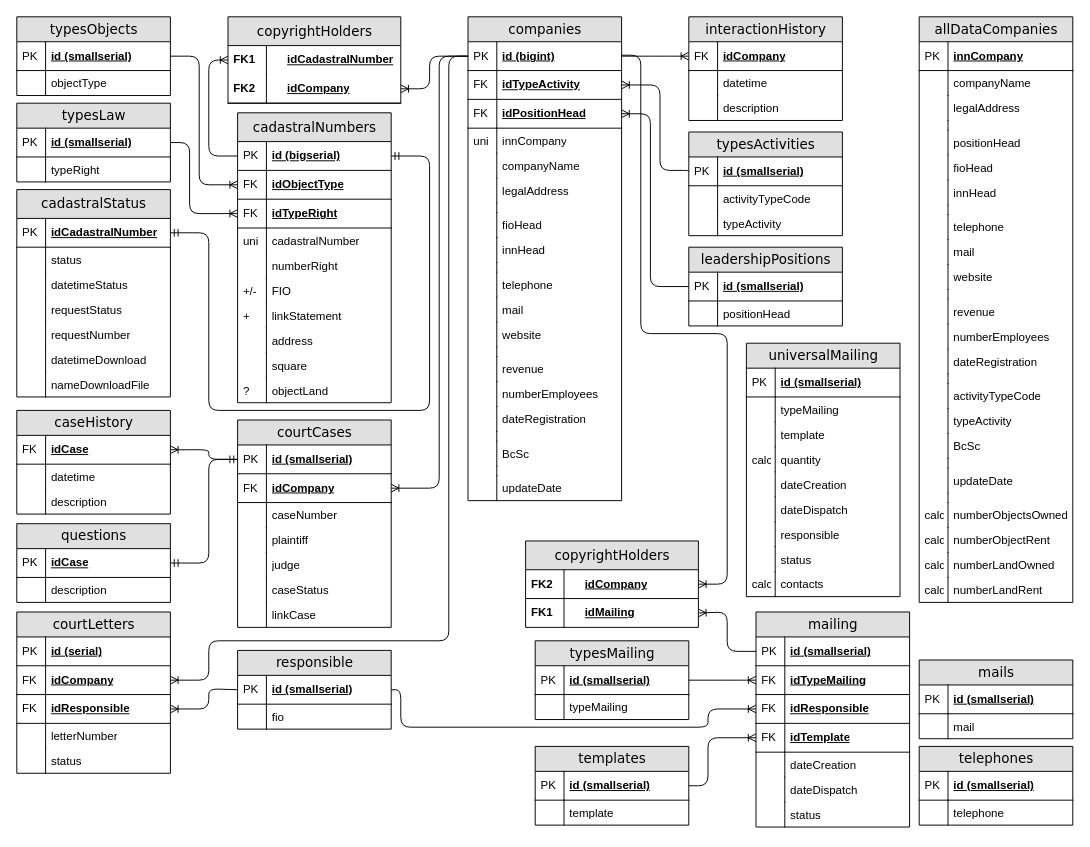
Earlier version of the draw.io diagram Диаграмма без названия.drawio (meadowse/factorial). Source tidied: cells renumbered, new cells numbered last; positions are measured from the earlier drawing's top-left corner, leaving out a move shared by most shapes. Both pictures are drawn from the tidied source at 96%, with x=0, y=0 at pixel (16, 16).
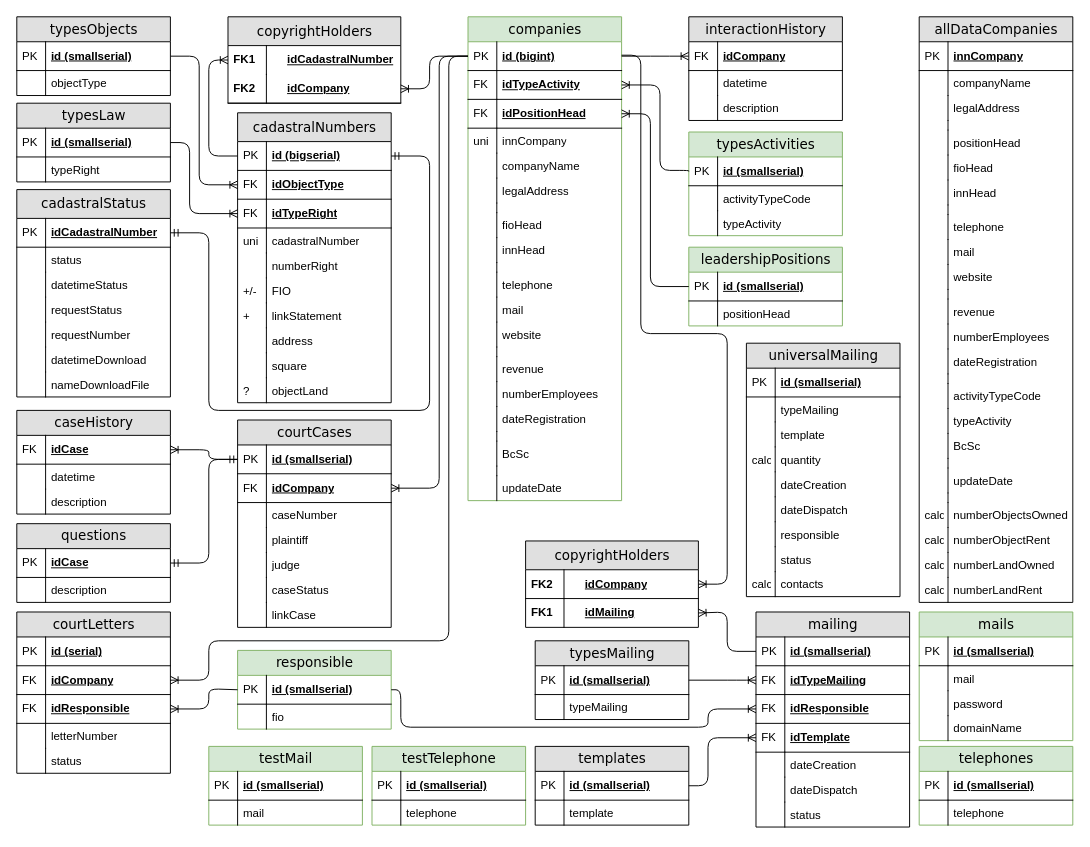
The same page after the edit.

Change to the diagram source:
```diff
@@
-    <mxCell id="7" value="сompanies" style="swimlane;html=1;fontStyle=0;horizontal=1;startSize=26;fillColor=#e0e0e0;swimlaneFillColor=#ffffff;align=center;rounded=0;shadow=0;comic=0;labelBackgroundColor=none;strokeWidth=1;fontFamily=Verdana;fontSize=14;swimlaneLine=1;" parent="1" vertex="1">
+    <mxCell id="7" value="сompanies" style="swimlane;html=1;fontStyle=0;horizontal=1;startSize=26;fillColor=#d5e8d4;swimlaneFillColor=#ffffff;align=center;rounded=0;shadow=0;comic=0;labelBackgroundColor=none;strokeWidth=1;fontFamily=Verdana;fontSize=14;swimlaneLine=1;strokeColor=#82b366;" parent="1" vertex="1">
       <mxGeometry x="470" width="160" height="504" as="geometry" />
     </mxCell>
@@
-    <mxCell id="50" value="typesActivities" style="swimlane;html=1;fontStyle=0;horizontal=1;startSize=26;fillColor=#e0e0e0;swimlaneFillColor=#ffffff;align=center;rounded=0;shadow=0;comic=0;labelBackgroundColor=none;strokeWidth=1;fontFamily=Verdana;fontSize=14;" parent="1" vertex="1">
+    <mxCell id="50" value="typesActivities" style="swimlane;html=1;fontStyle=0;horizontal=1;startSize=26;fillColor=#d5e8d4;swimlaneFillColor=#ffffff;align=center;rounded=0;shadow=0;comic=0;labelBackgroundColor=none;strokeWidth=1;fontFamily=Verdana;fontSize=14;strokeColor=#82b366;" parent="1" vertex="1">
       <mxGeometry x="700" y="120" width="160" height="108" as="geometry" />
     </mxCell>
@@
-    <mxCell id="57" value="leadershipPositions" style="swimlane;html=1;fontStyle=0;horizontal=1;startSize=26;fillColor=#e0e0e0;swimlaneFillColor=#ffffff;align=center;rounded=0;shadow=0;comic=0;labelBackgroundColor=none;strokeWidth=1;fontFamily=Verdana;fontSize=14;" parent="1" vertex="1">
+    <mxCell id="57" value="leadershipPositions" style="swimlane;html=1;fontStyle=0;horizontal=1;startSize=26;fillColor=#d5e8d4;swimlaneFillColor=#ffffff;align=center;rounded=0;shadow=0;comic=0;labelBackgroundColor=none;strokeWidth=1;fontFamily=Verdana;fontSize=14;strokeColor=#82b366;" parent="1" vertex="1">
       <mxGeometry x="700" y="240" width="160" height="82" as="geometry" />
     </mxCell>
@@
-    <mxCell id="204" value="responsible" style="swimlane;html=1;fontStyle=0;horizontal=1;startSize=26;fillColor=#e0e0e0;swimlaneFillColor=#ffffff;align=center;rounded=0;shadow=0;comic=0;labelBackgroundColor=none;strokeWidth=1;fontFamily=Verdana;fontSize=14;" parent="1" vertex="1">
+    <mxCell id="204" value="responsible" style="swimlane;html=1;fontStyle=0;horizontal=1;startSize=26;fillColor=#d5e8d4;swimlaneFillColor=#ffffff;align=center;rounded=0;shadow=0;comic=0;labelBackgroundColor=none;strokeWidth=1;fontFamily=Verdana;fontSize=14;strokeColor=#82b366;" parent="1" vertex="1">
       <mxGeometry x="230" y="660" width="160" height="82" as="geometry" />
     </mxCell>
@@
-    <mxCell id="224" value="mails" style="swimlane;html=1;fontStyle=0;horizontal=1;startSize=26;fillColor=#e0e0e0;swimlaneFillColor=#ffffff;align=center;rounded=0;shadow=0;comic=0;labelBackgroundColor=none;strokeWidth=1;fontFamily=Verdana;fontSize=14;" parent="1" vertex="1">
-      <mxGeometry x="940" y="670" width="160" height="82" as="geometry" />
+    <mxCell id="224" value="mails" style="swimlane;html=1;fontStyle=0;horizontal=1;startSize=26;fillColor=#d5e8d4;swimlaneFillColor=#ffffff;align=center;rounded=0;shadow=0;comic=0;labelBackgroundColor=none;strokeWidth=1;fontFamily=Verdana;fontSize=14;strokeColor=#82b366;" parent="1" vertex="1">
+      <mxGeometry x="940" y="620" width="160" height="134" as="geometry" />
     </mxCell>
@@
+    <mxCell id="288" value="password" style="shape=partialRectangle;top=0;left=0;right=0;bottom=0;html=1;align=left;verticalAlign=top;fillColor=none;spacingLeft=34;spacingRight=4;whiteSpace=wrap;overflow=hidden;" parent="224" vertex="1">
+      <mxGeometry y="82" width="160" height="26" as="geometry" />
+    </mxCell>
+    <mxCell id="289" style="shape=partialRectangle;top=0;left=0;bottom=0;html=1;fillColor=none;align=left;verticalAlign=top;spacingLeft=4;spacingRight=4;whiteSpace=wrap;overflow=hidden;" parent="288" vertex="1">
+      <mxGeometry width="30" height="26" as="geometry" />
+    </mxCell>
+    <mxCell id="290" value="domainName" style="shape=partialRectangle;top=0;left=0;right=0;bottom=0;html=1;align=left;verticalAlign=top;fillColor=none;spacingLeft=34;spacingRight=4;whiteSpace=wrap;overflow=hidden;" parent="224" vertex="1">
+      <mxGeometry y="108" width="160" height="26" as="geometry" />
+    </mxCell>
+    <mxCell id="291" style="shape=partialRectangle;top=0;left=0;bottom=0;html=1;fillColor=none;align=left;verticalAlign=top;spacingLeft=4;spacingRight=4;whiteSpace=wrap;overflow=hidden;" parent="290" vertex="1">
+      <mxGeometry width="30" height="26" as="geometry" />
+    </mxCell>
-    <mxCell id="229" value="telephones" style="swimlane;html=1;fontStyle=0;horizontal=1;startSize=26;fillColor=#e0e0e0;swimlaneFillColor=#ffffff;align=center;rounded=0;shadow=0;comic=0;labelBackgroundColor=none;strokeWidth=1;fontFamily=Verdana;fontSize=14;" parent="1" vertex="1">
+    <mxCell id="229" value="telephones" style="swimlane;html=1;fontStyle=0;horizontal=1;startSize=26;fillColor=#d5e8d4;swimlaneFillColor=#ffffff;align=center;rounded=0;shadow=0;comic=0;labelBackgroundColor=none;strokeWidth=1;fontFamily=Verdana;fontSize=14;strokeColor=#82b366;" parent="1" vertex="1">
       <mxGeometry x="940" y="760" width="160" height="82" as="geometry" />
     </mxCell>
@@
+    <mxCell id="292" value="testTelephone" style="swimlane;html=1;fontStyle=0;horizontal=1;startSize=26;fillColor=#d5e8d4;swimlaneFillColor=#ffffff;align=center;rounded=0;shadow=0;comic=0;labelBackgroundColor=none;strokeWidth=1;fontFamily=Verdana;fontSize=14;strokeColor=#82b366;" parent="1" vertex="1">
+      <mxGeometry x="370" y="760" width="160" height="82" as="geometry" />
+    </mxCell>
+    <mxCell id="293" value="id (smallserial)" style="shape=partialRectangle;top=0;left=0;right=0;bottom=1;html=1;align=left;verticalAlign=middle;fillColor=none;spacingLeft=34;spacingRight=4;whiteSpace=wrap;overflow=hidden;fontStyle=5;" parent="292" vertex="1">
+      <mxGeometry y="26" width="160" height="30" as="geometry" />
+    </mxCell>
+    <mxCell id="294" value="PK" style="shape=partialRectangle;top=0;left=0;bottom=0;html=1;fillColor=none;align=left;verticalAlign=middle;spacingLeft=4;spacingRight=4;whiteSpace=wrap;overflow=hidden;" parent="293" vertex="1">
+      <mxGeometry width="30" height="30" as="geometry" />
+    </mxCell>
+    <mxCell id="295" value="telephone" style="shape=partialRectangle;top=0;left=0;right=0;bottom=0;html=1;align=left;verticalAlign=top;fillColor=none;spacingLeft=34;spacingRight=4;whiteSpace=wrap;overflow=hidden;" parent="292" vertex="1">
+      <mxGeometry y="56" width="160" height="26" as="geometry" />
+    </mxCell>
+    <mxCell id="296" style="shape=partialRectangle;top=0;left=0;bottom=0;html=1;fillColor=none;align=left;verticalAlign=top;spacingLeft=4;spacingRight=4;whiteSpace=wrap;overflow=hidden;" parent="295" vertex="1">
+      <mxGeometry width="30" height="26" as="geometry" />
+    </mxCell>
+    <mxCell id="297" value="testMail" style="swimlane;html=1;fontStyle=0;horizontal=1;startSize=26;fillColor=#d5e8d4;swimlaneFillColor=#ffffff;align=center;rounded=0;shadow=0;comic=0;labelBackgroundColor=none;strokeWidth=1;fontFamily=Verdana;fontSize=14;strokeColor=#82b366;" parent="1" vertex="1">
+      <mxGeometry x="200" y="760" width="160" height="82" as="geometry" />
+    </mxCell>
+    <mxCell id="298" value="id (smallserial)" style="shape=partialRectangle;top=0;left=0;right=0;bottom=1;html=1;align=left;verticalAlign=middle;fillColor=none;spacingLeft=34;spacingRight=4;whiteSpace=wrap;overflow=hidden;fontStyle=5;" parent="297" vertex="1">
+      <mxGeometry y="26" width="160" height="30" as="geometry" />
+    </mxCell>
+    <mxCell id="299" value="PK" style="shape=partialRectangle;top=0;left=0;bottom=0;html=1;fillColor=none;align=left;verticalAlign=middle;spacingLeft=4;spacingRight=4;whiteSpace=wrap;overflow=hidden;" parent="298" vertex="1">
+      <mxGeometry width="30" height="30" as="geometry" />
+    </mxCell>
+    <mxCell id="300" value="mail" style="shape=partialRectangle;top=0;left=0;right=0;bottom=0;html=1;align=left;verticalAlign=top;fillColor=none;spacingLeft=34;spacingRight=4;whiteSpace=wrap;overflow=hidden;" parent="297" vertex="1">
+      <mxGeometry y="56" width="160" height="26" as="geometry" />
+    </mxCell>
+    <mxCell id="301" style="shape=partialRectangle;top=0;left=0;bottom=0;html=1;fillColor=none;align=left;verticalAlign=top;spacingLeft=4;spacingRight=4;whiteSpace=wrap;overflow=hidden;" parent="300" vertex="1">
+      <mxGeometry width="30" height="26" as="geometry" />
+    </mxCell>
```
